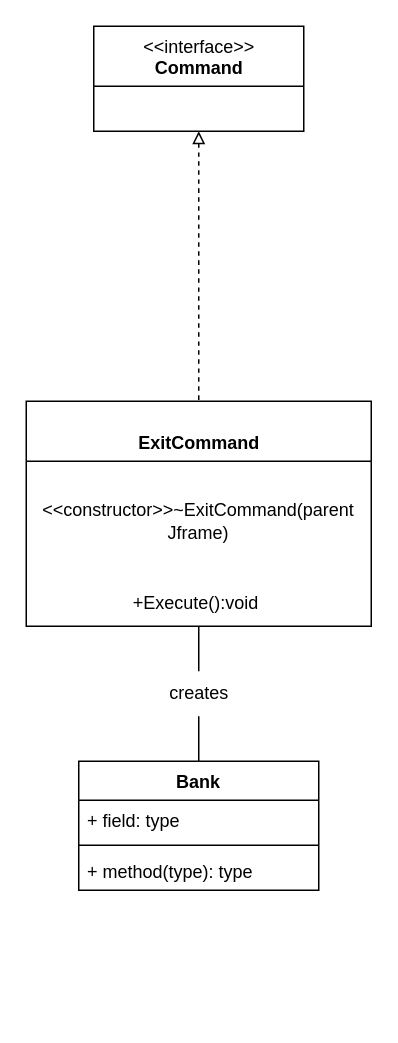
The draw.io diagram page "Command" (1 of 4) of Diagrams/DesignPatterns.drawio in Paranote309/ATM-OODP, before the edit. Source tidied: cells renumbered, new cells numbered last; positions are measured from the earlier drawing's top-left corner, leaving out a move shared by most shapes. Both pictures are drawn from the tidied source at 150%, with x=0, y=0 at pixel (26, 26).
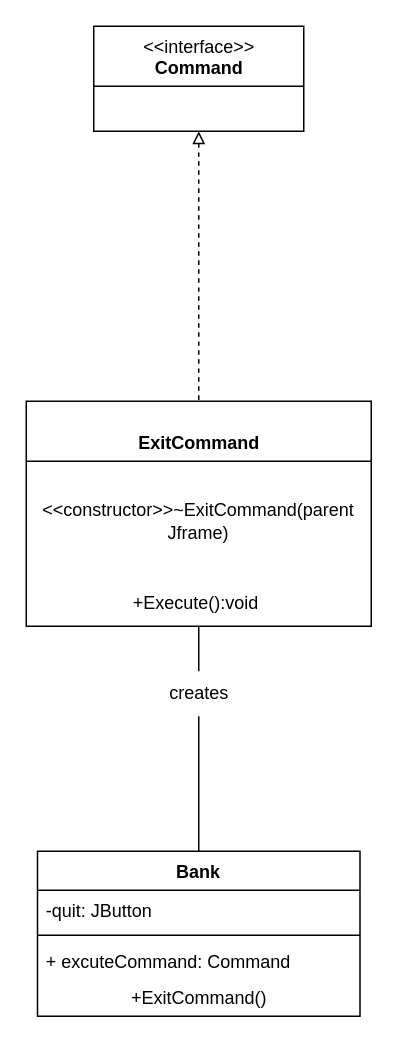
The same page after the edit.

Change to the diagram source:
```diff
@@
 <mxGraphModel>
   <root>
     <mxCell id="0" />
     <mxCell id="1" parent="0" />
     <mxCell id="2" value="&amp;lt;&amp;lt;interface&amp;gt;&amp;gt;&lt;br&gt;&lt;b&gt;Command&lt;/b&gt;" style="swimlane;fontStyle=0;align=center;verticalAlign=top;horizontal=1;startSize=40;html=1;" parent="1" vertex="1">
       <mxGeometry x="45" width="140" height="70" as="geometry" />
     </mxCell>
     <mxCell id="3" value="&lt;br&gt;&lt;b&gt;ExitCommand&lt;br&gt;&lt;/b&gt;" style="swimlane;fontStyle=0;align=center;verticalAlign=top;horizontal=1;startSize=40;html=1;" parent="1" vertex="1">
       <mxGeometry y="250" width="230" height="150" as="geometry" />
     </mxCell>
     <mxCell id="4" value="&amp;lt;&amp;lt;constructor&amp;gt;&amp;gt;~ExitCommand(parent Jframe)&lt;br&gt;" style="text;html=1;strokeColor=none;fillColor=none;align=center;verticalAlign=middle;whiteSpace=wrap;rounded=0;" parent="3" vertex="1">
       <mxGeometry y="40" width="230" height="80" as="geometry" />
     </mxCell>
     <mxCell id="5" value="+Execute():void&amp;nbsp;" style="text;html=1;strokeColor=none;fillColor=none;align=center;verticalAlign=middle;whiteSpace=wrap;rounded=0;" parent="3" vertex="1">
       <mxGeometry y="120" width="230" height="30" as="geometry" />
     </mxCell>
     <mxCell id="6" style="endArrow=none;dashed=1;html=1;curved=1;startArrow=block;startFill=0;entryX=0.5;entryY=0;entryDx=0;entryDy=0;exitX=0.5;exitY=1;exitDx=0;exitDy=0;" parent="1" edge="1" source="2" target="3">
       <mxGeometry relative="1" as="geometry" />
     </mxCell>
     <mxCell id="7" value="Bank" style="swimlane;fontStyle=1;align=center;verticalAlign=top;horizontal=1;startSize=26;" parent="1" vertex="1">
-      <mxGeometry x="35" y="490" width="160" height="86" as="geometry" />
+      <mxGeometry x="7.5" y="550" width="215" height="110" as="geometry" />
     </mxCell>
-    <mxCell id="8" value="+ field: type" style="text;strokeColor=none;fillColor=none;align=left;verticalAlign=top;spacingLeft=4;spacingRight=4;overflow=hidden;" parent="7" vertex="1">
-      <mxGeometry y="26" width="160" height="26" as="geometry" />
+    <mxCell id="8" value="-quit: JButton" style="text;strokeColor=none;fillColor=none;align=left;verticalAlign=top;spacingLeft=4;spacingRight=4;overflow=hidden;" parent="7" vertex="1">
+      <mxGeometry y="26" width="215" height="26" as="geometry" />
     </mxCell>
     <mxCell id="9" style="line;strokeWidth=1;fillColor=none;align=left;verticalAlign=middle;spacingTop=-1;spacingLeft=3;spacingRight=3;labelPosition=right;strokeColor=inherit;" parent="7" vertex="1">
-      <mxGeometry y="52" width="160" height="8" as="geometry" />
+      <mxGeometry y="52" width="215" height="8" as="geometry" />
     </mxCell>
-    <mxCell id="10" value="+ method(type): type" style="text;strokeColor=none;fillColor=none;align=left;verticalAlign=top;spacingLeft=4;spacingRight=4;overflow=hidden;" parent="7" vertex="1">
-      <mxGeometry y="60" width="160" height="26" as="geometry" />
+    <mxCell id="10" value="+ excuteCommand: Command" style="text;strokeColor=none;fillColor=none;align=left;verticalAlign=top;spacingLeft=4;spacingRight=4;overflow=hidden;" parent="7" vertex="1">
+      <mxGeometry y="60" width="215" height="26" as="geometry" />
     </mxCell>
+    <mxCell id="14" value="+ExitCommand()" style="text;html=1;strokeColor=none;fillColor=none;align=center;verticalAlign=middle;whiteSpace=wrap;rounded=0;labelBackgroundColor=#FFFFFF;labelBorderColor=none;fontColor=#000000;" parent="7" vertex="1">
+      <mxGeometry y="86" width="215" height="24" as="geometry" />
+    </mxCell>
     <mxCell id="11" style="endArrow=none;html=1;curved=1;entryX=0.5;entryY=1;entryDx=0;entryDy=0;exitX=0.5;exitY=0;exitDx=0;exitDy=0;startArrow=none;" parent="1" edge="1" source="13" target="5">
       <mxGeometry relative="1" as="geometry" />
     </mxCell>
     <mxCell id="12" style="endArrow=none;html=1;curved=1;entryX=0.5;entryY=1;entryDx=0;entryDy=0;exitX=0.5;exitY=0;exitDx=0;exitDy=0;" parent="1" edge="1" source="7" target="13">
       <mxGeometry relative="1" as="geometry" />
     </mxCell>
     <mxCell id="13" value="creates" style="text;html=1;align=center;verticalAlign=middle;points=[];strokeColor=none;fillColor=none;" parent="1" vertex="1">
       <mxGeometry x="85" y="430" width="60" height="30" as="geometry" />
     </mxCell>
   </root>
 </mxGraphModel>
```
